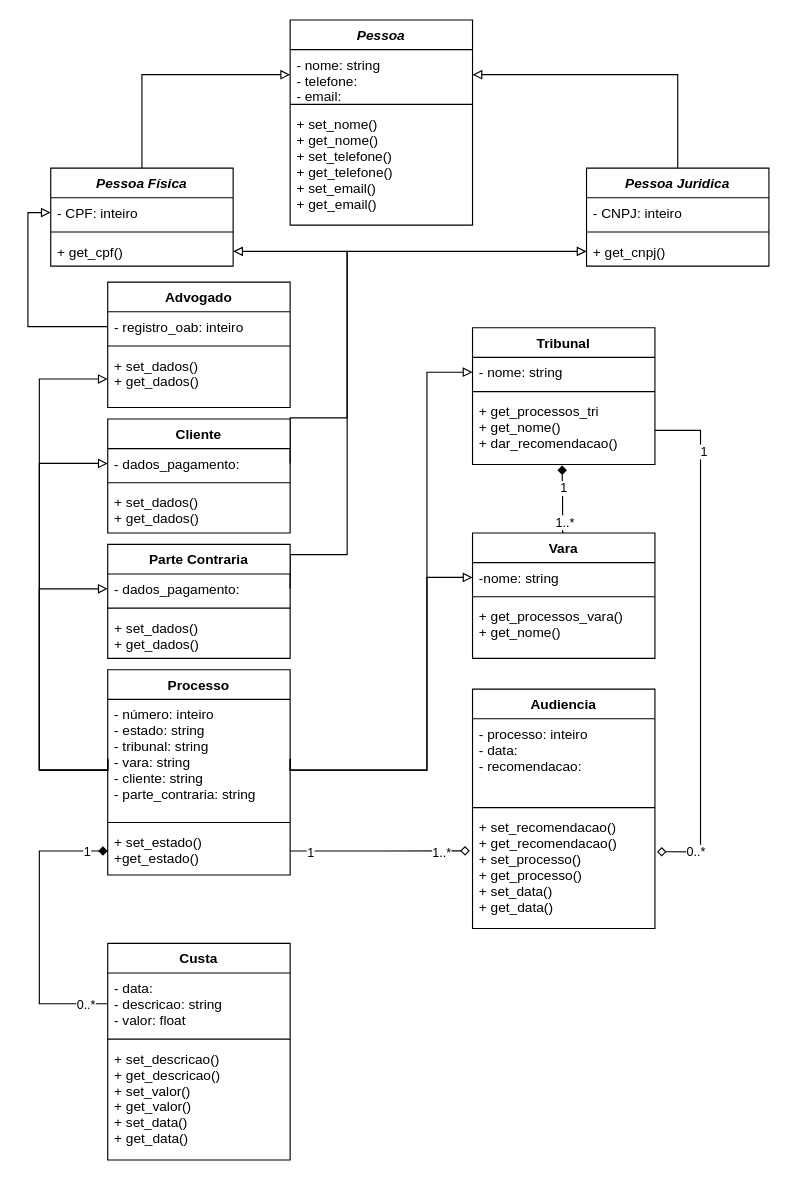
Earlier version of the draw.io diagram Lista3_q2.drawio (samarasrs/Listas_CES22). Source tidied: cells renumbered, new cells numbered last; positions are measured from the earlier drawing's top-left corner, leaving out a move shared by most shapes. Both pictures are drawn from the tidied source at 114%, with x=0, y=0 at pixel (27, 19).
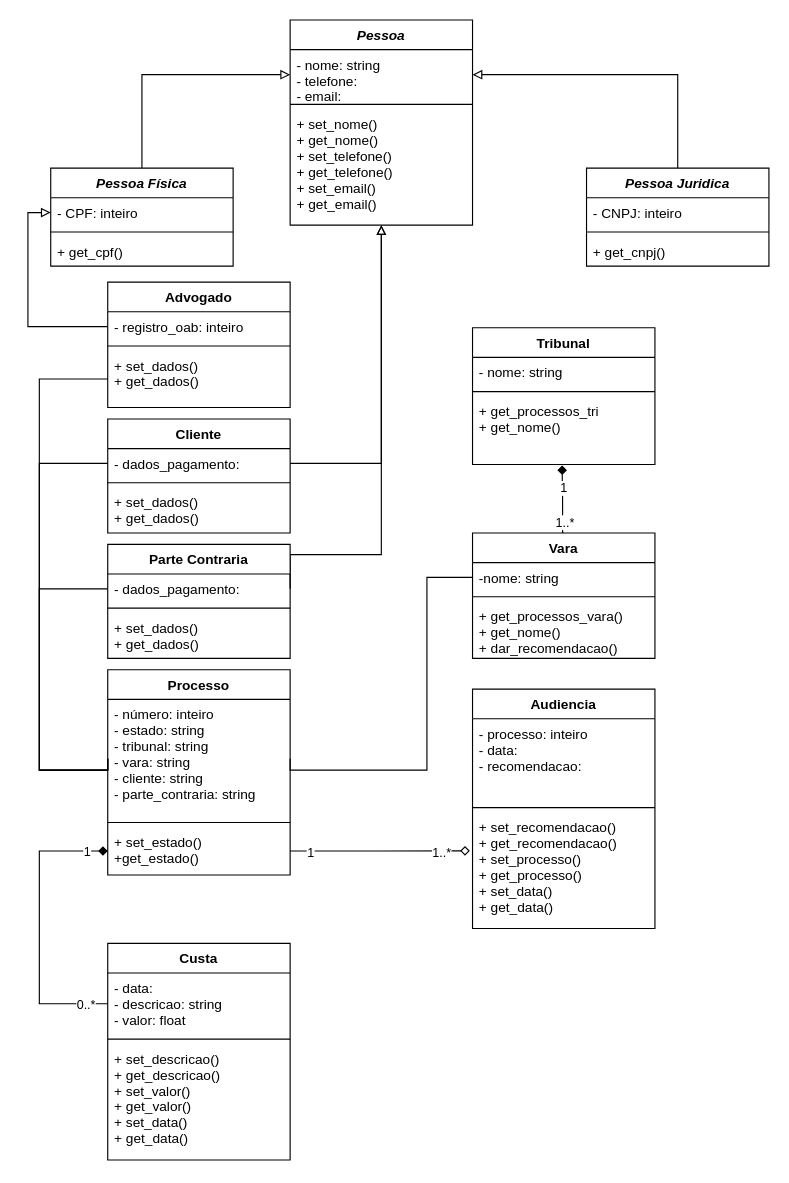
The same diagram, later.

The change refers to these unchanged cells:
```xml
<mxCell id="5" value="Pessoa" style="swimlane;fontStyle=3;align=center;verticalAlign=top;horizontal=1;startSize=26;" parent="1" vertex="1">
  <mxGeometry x="230" width="160" height="180" as="geometry" />
</mxCell>
<mxCell id="8" value="+ set_nome()&#10;+ get_nome()&#10;+ set_telefone()&#10;+ get_telefone()&#10;+ set_email()&#10;+ get_email()&#10;&#10;&#10;&#10;" style="text;strokeColor=none;fillColor=none;align=left;verticalAlign=top;spacingLeft=4;spacingRight=4;overflow=hidden;points=[[0,0.5],[1,0.5]];portConstraint=eastwest;" parent="5" vertex="1">
  <mxGeometry y="78" width="160" height="102" as="geometry" />
</mxCell>
<mxCell id="10" value="- número: inteiro&#10;- estado: string&#10;- tribunal: string&#10;- vara: string&#10;- cliente: string&#10;- parte_contraria: string&#10;&#10;&#10;" style="text;strokeColor=none;fillColor=none;align=left;verticalAlign=top;spacingLeft=4;spacingRight=4;overflow=hidden;points=[[0,0.5],[1,0.5]];portConstraint=eastwest;" parent="9" vertex="1">
  <mxGeometry y="26" width="160" height="104" as="geometry" />
</mxCell>
<mxCell id="23" value="+ set_recomendacao()&#10;+ get_recomendacao()&#10;+ set_processo()&#10;+ get_processo()&#10;+ set_data()&#10;+ get_data()&#10;&#10;" style="text;strokeColor=none;fillColor=none;align=left;verticalAlign=top;spacingLeft=4;spacingRight=4;overflow=hidden;points=[[0,0.5],[1,0.5]];portConstraint=eastwest;" parent="20" vertex="1">
  <mxGeometry y="108" width="160" height="102" as="geometry" />
</mxCell>
<mxCell id="24" value="Vara" style="swimlane;fontStyle=1;align=center;verticalAlign=top;horizontal=1;startSize=26;" parent="1" vertex="1">
  <mxGeometry x="390" y="450" width="160" height="110" as="geometry" />
</mxCell>
<mxCell id="25" value="-nome: string" style="text;strokeColor=none;fillColor=none;align=left;verticalAlign=top;spacingLeft=4;spacingRight=4;overflow=hidden;points=[[0,0.5],[1,0.5]];portConstraint=eastwest;" parent="24" vertex="1">
  <mxGeometry y="26" width="160" height="26" as="geometry" />
</mxCell>
<mxCell id="34" value="+ set_dados()&#10;+ get_dados()" style="text;strokeColor=none;fillColor=none;align=left;verticalAlign=top;spacingLeft=4;spacingRight=4;overflow=hidden;points=[[0,0.5],[1,0.5]];portConstraint=eastwest;" parent="31" vertex="1">
  <mxGeometry y="60" width="160" height="50" as="geometry" />
</mxCell>
<mxCell id="38" value="Tribunal" style="swimlane;fontStyle=1;align=center;verticalAlign=top;horizontal=1;startSize=26;" parent="1" vertex="1">
  <mxGeometry x="390" y="270" width="160" height="120" as="geometry" />
</mxCell>
<mxCell id="39" value="- nome: string" style="text;strokeColor=none;fillColor=none;align=left;verticalAlign=top;spacingLeft=4;spacingRight=4;overflow=hidden;points=[[0,0.5],[1,0.5]];portConstraint=eastwest;" parent="38" vertex="1">
  <mxGeometry y="26" width="160" height="26" as="geometry" />
</mxCell>
<mxCell id="45" value="- dados_pagamento:" style="text;strokeColor=none;fillColor=none;align=left;verticalAlign=top;spacingLeft=4;spacingRight=4;overflow=hidden;points=[[0,0.5],[1,0.5]];portConstraint=eastwest;" parent="44" vertex="1">
  <mxGeometry y="26" width="160" height="26" as="geometry" />
</mxCell>
<mxCell id="49" value="- dados_pagamento:" style="text;strokeColor=none;fillColor=none;align=left;verticalAlign=top;spacingLeft=4;spacingRight=4;overflow=hidden;points=[[0,0.5],[1,0.5]];portConstraint=eastwest;" parent="48" vertex="1">
  <mxGeometry y="26" width="160" height="26" as="geometry" />
</mxCell>
<mxCell id="56" value="+ get_cnpj()" style="text;strokeColor=none;fillColor=none;align=left;verticalAlign=top;spacingLeft=4;spacingRight=4;overflow=hidden;points=[[0,0.5],[1,0.5]];portConstraint=eastwest;" parent="53" vertex="1">
  <mxGeometry y="60" width="160" height="26" as="geometry" />
</mxCell>
<mxCell id="60" value="+ get_cpf()" style="text;strokeColor=none;fillColor=none;align=left;verticalAlign=top;spacingLeft=4;spacingRight=4;overflow=hidden;points=[[0,0.5],[1,0.5]];portConstraint=eastwest;" parent="57" vertex="1">
  <mxGeometry y="60" width="160" height="26" as="geometry" />
</mxCell>
```

The edit, as a diff of the source:
```diff
@@
-    <mxCell id="3" style="edgeStyle=orthogonalEdgeStyle;rounded=0;jettySize=auto;html=1;exitX=1;exitY=0.5;exitDx=0;exitDy=0;entryX=1;entryY=0.5;entryDx=0;entryDy=0;endArrow=block;endFill=0;" parent="1" edge="1" source="49" target="60">
+    <mxCell id="3" style="edgeStyle=orthogonalEdgeStyle;rounded=0;jettySize=auto;html=1;exitX=1;exitY=0.5;exitDx=0;exitDy=0;entryX=0.5;entryY=1;entryDx=0;entryDy=0;endArrow=block;endFill=0;" parent="1" edge="1" source="49" target="5">
       <mxGeometry relative="1" as="geometry">
         <Array as="points">
-          <mxPoint x="230" y="349" />
-          <mxPoint x="280" y="349" />
-          <mxPoint x="280" y="203" />
+          <mxPoint x="310" y="389" />
         </Array>
       </mxGeometry>
     </mxCell>
-    <mxCell id="4" style="edgeStyle=orthogonalEdgeStyle;rounded=0;jettySize=auto;html=1;exitX=1;exitY=0.5;exitDx=0;exitDy=0;entryX=0;entryY=0.5;entryDx=0;entryDy=0;endArrow=block;endFill=0;" parent="1" edge="1" source="45" target="56">
+    <mxCell id="4" style="edgeStyle=orthogonalEdgeStyle;rounded=0;jettySize=auto;html=1;exitX=1;exitY=0.5;exitDx=0;exitDy=0;endArrow=block;endFill=0;" parent="1" edge="1" source="45" target="8">
       <mxGeometry relative="1" as="geometry">
         <Array as="points">
           <mxPoint x="230" y="469" />
-          <mxPoint x="280" y="469" />
-          <mxPoint x="280" y="203" />
+          <mxPoint x="310" y="469" />
         </Array>
       </mxGeometry>
     </mxCell>
@@
-    <mxCell id="13" style="edgeStyle=orthogonalEdgeStyle;rounded=0;jettySize=auto;html=1;exitX=0;exitY=0.5;exitDx=0;exitDy=0;entryX=0;entryY=0.5;entryDx=0;entryDy=0;endArrow=block;endFill=0;" parent="1" edge="1" source="10" target="49">
+    <mxCell id="13" style="edgeStyle=orthogonalEdgeStyle;rounded=0;jettySize=auto;html=1;exitX=0;exitY=0.5;exitDx=0;exitDy=0;entryX=0;entryY=0.5;entryDx=0;entryDy=0;endArrow=none;endFill=0;" parent="1" edge="1" source="10" target="49">
       <mxGeometry relative="1" as="geometry">
         <Array as="points">
           <mxPoint x="10" y="658" />
           <mxPoint x="10" y="389" />
         </Array>
       </mxGeometry>
     </mxCell>
-    <mxCell id="14" style="edgeStyle=orthogonalEdgeStyle;rounded=0;jettySize=auto;html=1;exitX=0;exitY=0.5;exitDx=0;exitDy=0;entryX=0;entryY=0.5;entryDx=0;entryDy=0;endArrow=block;endFill=0;" parent="1" edge="1" source="10" target="45">
+    <mxCell id="14" style="edgeStyle=orthogonalEdgeStyle;rounded=0;jettySize=auto;html=1;exitX=0;exitY=0.5;exitDx=0;exitDy=0;entryX=0;entryY=0.5;entryDx=0;entryDy=0;endArrow=none;endFill=0;" parent="1" edge="1" source="10" target="45">
       <mxGeometry relative="1" as="geometry">
         <Array as="points">
           <mxPoint x="10" y="658" />
           <mxPoint x="10" y="499" />
         </Array>
       </mxGeometry>
     </mxCell>
@@
-    <mxCell id="18" style="edgeStyle=orthogonalEdgeStyle;rounded=0;jettySize=auto;html=1;exitX=1;exitY=0.5;exitDx=0;exitDy=0;entryX=0;entryY=0.5;entryDx=0;entryDy=0;endArrow=block;endFill=0;" parent="1" edge="1" source="10" target="39">
-      <mxGeometry relative="1" as="geometry">
-        <Array as="points">
-          <mxPoint x="350" y="658" />
-          <mxPoint x="350" y="309" />
-        </Array>
-      </mxGeometry>
-    </mxCell>
-    <mxCell id="19" style="edgeStyle=orthogonalEdgeStyle;rounded=0;jettySize=auto;html=1;exitX=1;exitY=0.5;exitDx=0;exitDy=0;entryX=0;entryY=0.5;entryDx=0;entryDy=0;endArrow=block;endFill=0;" parent="1" edge="1" source="10" target="25">
+    <mxCell id="19" style="edgeStyle=orthogonalEdgeStyle;rounded=0;jettySize=auto;html=1;exitX=1;exitY=0.5;exitDx=0;exitDy=0;entryX=0;entryY=0.5;entryDx=0;entryDy=0;endArrow=none;endFill=0;" parent="1" edge="1" source="10" target="25">
       <mxGeometry relative="1" as="geometry">
         <Array as="points">
           <mxPoint x="350" y="658" />
           <mxPoint x="350" y="489" />
         </Array>
       </mxGeometry>
     </mxCell>
@@
-    <mxCell id="27" value="+ get_processos_vara()&#10;+ get_nome()&#10;" style="text;strokeColor=none;fillColor=none;align=left;verticalAlign=top;spacingLeft=4;spacingRight=4;overflow=hidden;" parent="24" vertex="1">
+    <mxCell id="27" value="+ get_processos_vara()&#10;+ get_nome()&#10;+ dar_recomendacao()&#10;" style="text;strokeColor=none;fillColor=none;align=left;verticalAlign=top;spacingLeft=4;spacingRight=4;overflow=hidden;" parent="24" vertex="1">
       <mxGeometry y="60" width="160" height="50" as="geometry" />
     </mxCell>
@@
-    <mxCell id="35" style="edgeStyle=orthogonalEdgeStyle;rounded=0;jettySize=auto;html=1;exitX=1;exitY=0.5;exitDx=0;exitDy=0;entryX=1.011;entryY=0.34;entryDx=0;entryDy=0;endArrow=diamond;endFill=0;entryPerimeter=0;" parent="1" edge="1" source="41" target="23">
-      <mxGeometry relative="1" as="geometry">
-        <Array as="points">
-          <mxPoint x="590" y="360" />
-          <mxPoint x="590" y="730" />
-        </Array>
-      </mxGeometry>
-    </mxCell>
-    <mxCell id="36" value="1" style="edgeLabel;html=1;align=center;verticalAlign=middle;" parent="35" vertex="1">
-      <mxGeometry x="-0.81" y="-16" relative="1" as="geometry">
-        <mxPoint x="18" y="15" as="offset" />
-      </mxGeometry>
-    </mxCell>
-    <mxCell id="37" value="0..*" style="edgeLabel;html=1;align=center;verticalAlign=middle;" parent="35" vertex="1">
-      <mxGeometry x="0.85" relative="1" as="geometry" />
-    </mxCell>
@@
-    <mxCell id="41" value="+ get_processos_tri&#10;+ get_nome()&#10;+ dar_recomendacao()&#10;&#10;" style="text;strokeColor=none;fillColor=none;align=left;verticalAlign=top;spacingLeft=4;spacingRight=4;overflow=hidden;points=[[0,0.5],[1,0.5]];portConstraint=eastwest;" parent="38" vertex="1">
+    <mxCell id="41" value="+ get_processos_tri&#10;+ get_nome()&#10;&#10;&#10;" style="text;strokeColor=none;fillColor=none;align=left;verticalAlign=top;spacingLeft=4;spacingRight=4;overflow=hidden;points=[[0,0.5],[1,0.5]];portConstraint=eastwest;" parent="38" vertex="1">
       <mxGeometry y="60" width="160" height="60" as="geometry" />
     </mxCell>
@@
-    <mxCell id="43" style="edgeStyle=orthogonalEdgeStyle;rounded=0;jettySize=auto;html=1;exitX=0;exitY=0.5;exitDx=0;exitDy=0;entryX=0;entryY=0.5;entryDx=0;entryDy=0;endArrow=block;endFill=0;" parent="1" edge="1" source="10" target="34">
+    <mxCell id="43" style="edgeStyle=orthogonalEdgeStyle;rounded=0;jettySize=auto;html=1;exitX=0;exitY=0.5;exitDx=0;exitDy=0;entryX=0;entryY=0.5;entryDx=0;entryDy=0;endArrow=none;endFill=0;" parent="1" edge="1" source="10" target="34">
       <mxGeometry relative="1" as="geometry">
         <Array as="points">
           <mxPoint x="10" y="658" />
           <mxPoint x="10" y="315" />
         </Array>
       </mxGeometry>
     </mxCell>
```
